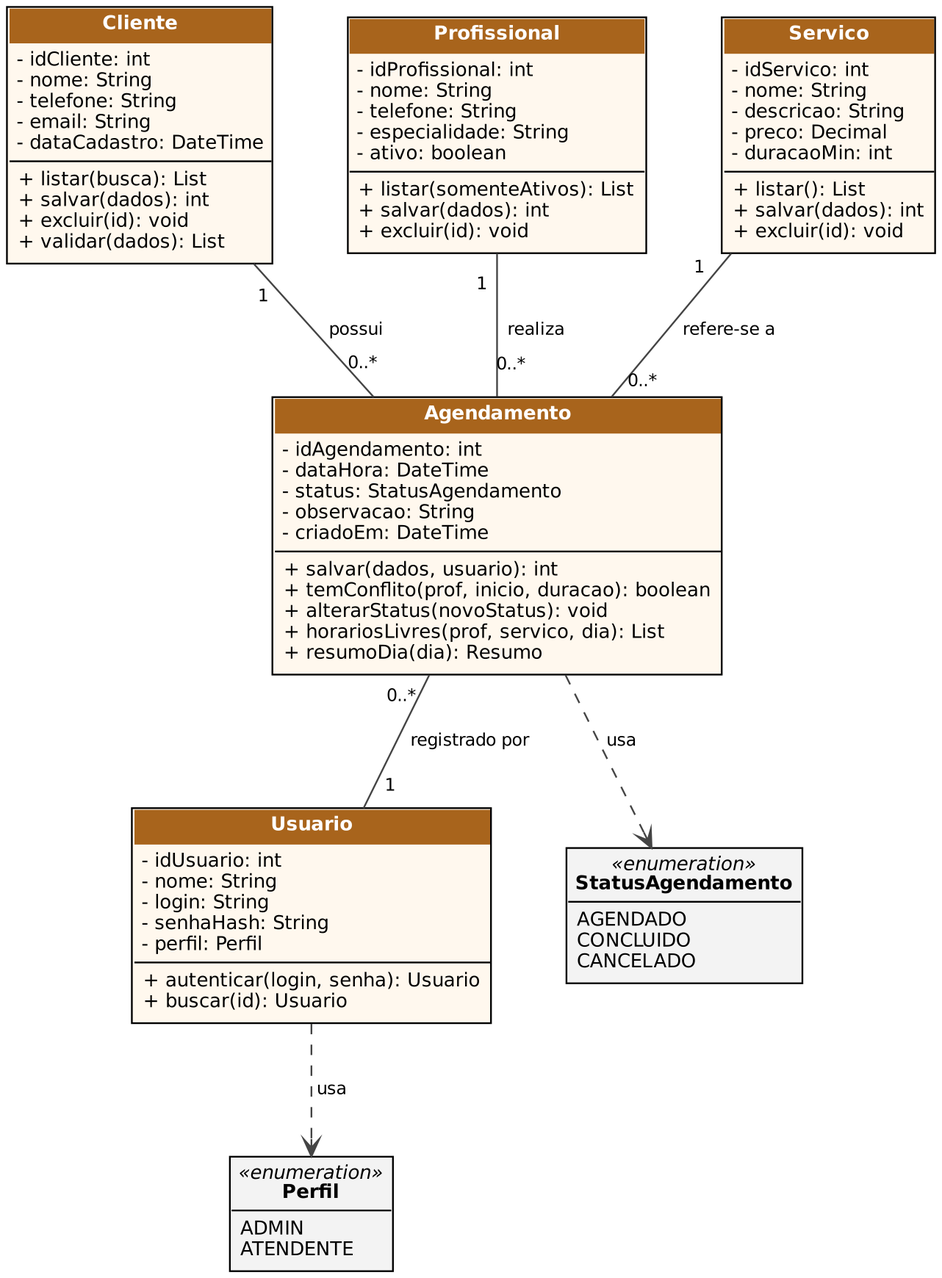
The Graphviz diagram docs/diagramas/classes.png in GustavoHenr1/BarbeAgenda, before a commit. Its source is kept beside it as docs/diagramas/classes.dot.
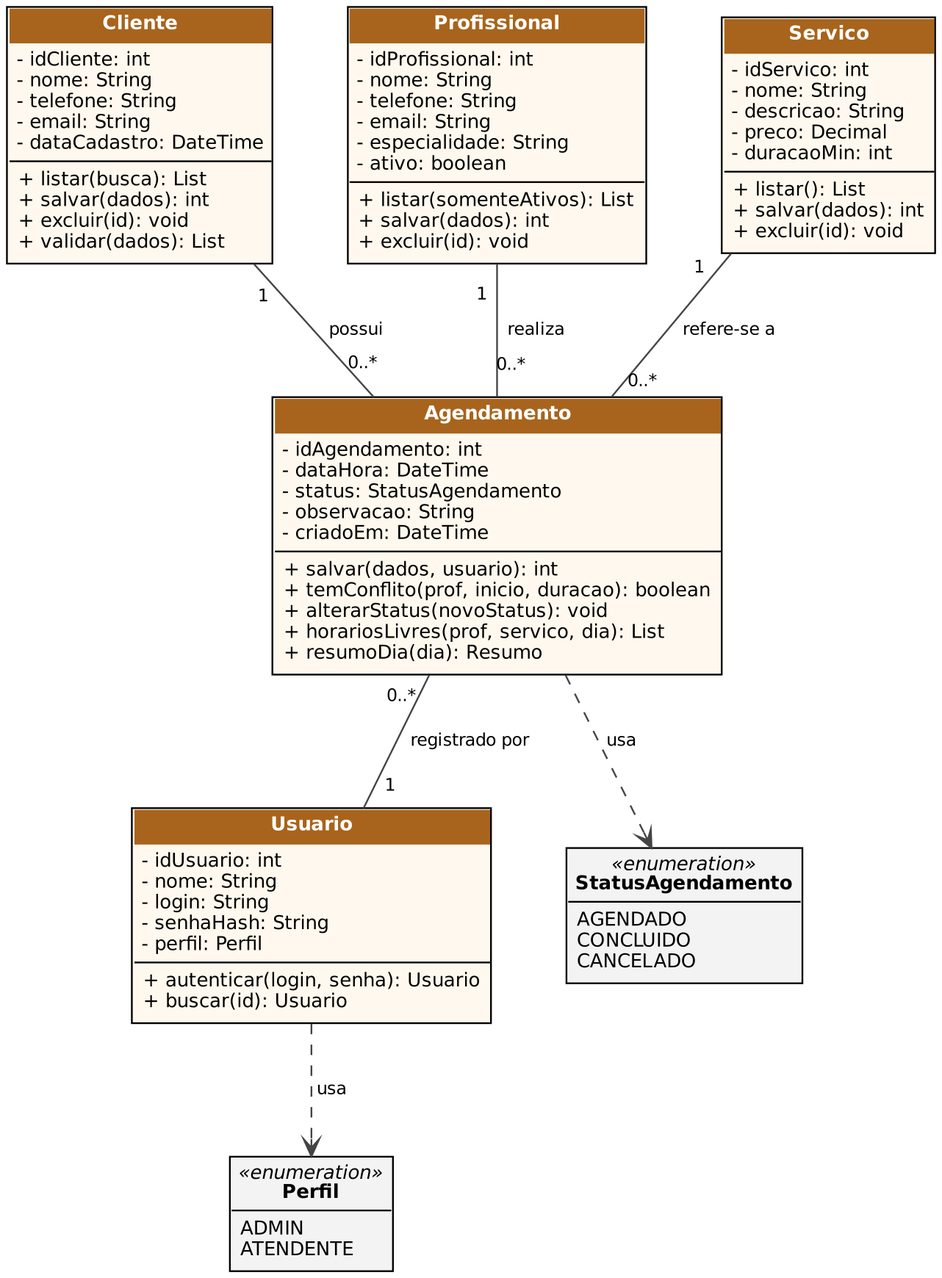
After the change.

The edit, as a diff of the source:
```diff
@@ -12,7 +12,7 @@
    <tr><td align="left" balign="left" border="1" sides="T">+ listar(busca): List<br/>+ salvar(dados): int<br/>+ excluir(id): void<br/>+ validar(dados): List</td></tr></table>>];
   Profissional [label=<<table border="1" cellborder="0" cellspacing="0" cellpadding="4" bgcolor="#FFF8EE">
    <tr><td bgcolor="#A8641C"><font color="white"><b>Profissional</b></font></td></tr>
-   <tr><td align="left" balign="left">- idProfissional: int<br/>- nome: String<br/>- telefone: String<br/>- especialidade: String<br/>- ativo: boolean</td></tr>
+   <tr><td align="left" balign="left">- idProfissional: int<br/>- nome: String<br/>- telefone: String<br/>- email: String<br/>- especialidade: String<br/>- ativo: boolean</td></tr>
    <tr><td align="left" balign="left" border="1" sides="T">+ listar(somenteAtivos): List<br/>+ salvar(dados): int<br/>+ excluir(id): void</td></tr></table>>];
   Servico [label=<<table border="1" cellborder="0" cellspacing="0" cellpadding="4" bgcolor="#FFF8EE">
    <tr><td bgcolor="#A8641C"><font color="white"><b>Servico</b></font></td></tr>
```
